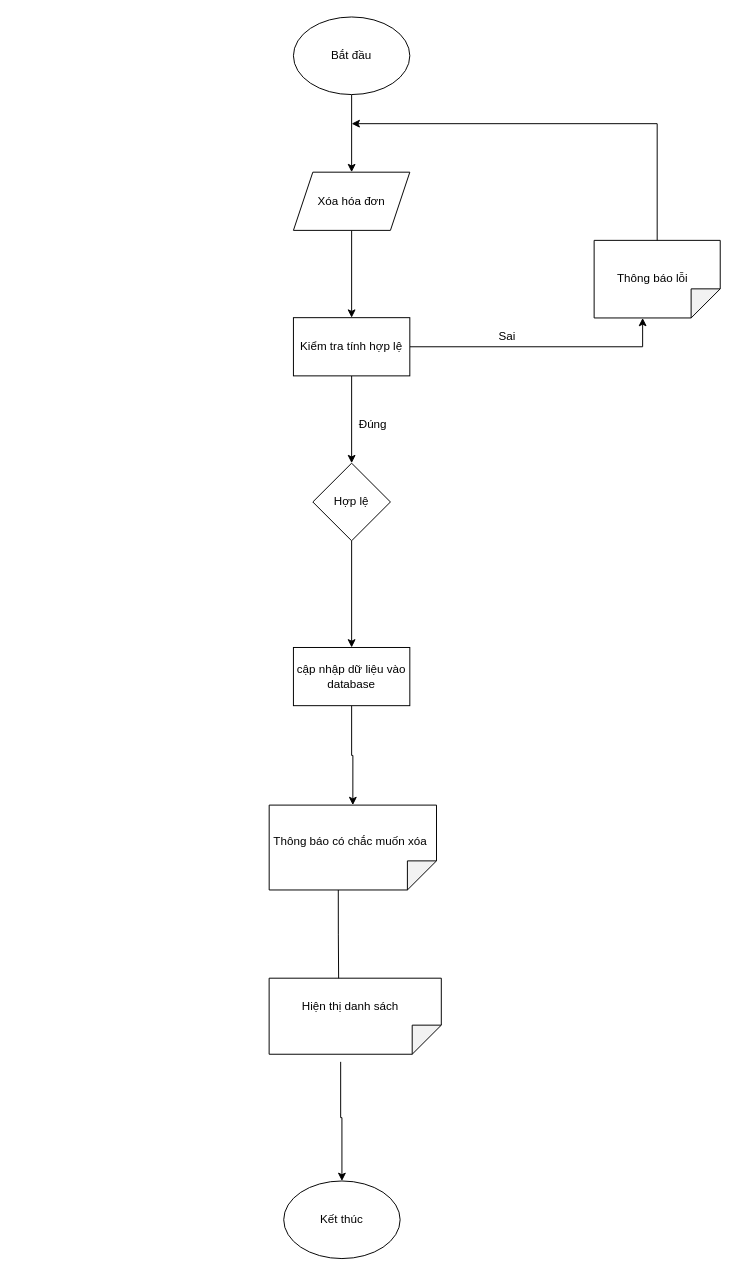
hungtadasuke/CoffeShop_SoftwareTechnology keeps this draw.io diagram as Word/PRD/Draw/xoahoadon.drawio. Above is the earlier version. Source tidied: cells renumbered, new cells numbered last; positions are measured from the earlier drawing's top-left corner, leaving out a move shared by most shapes. Both pictures are drawn from the tidied source at 97%, with x=0, y=0 at pixel (16, 16).
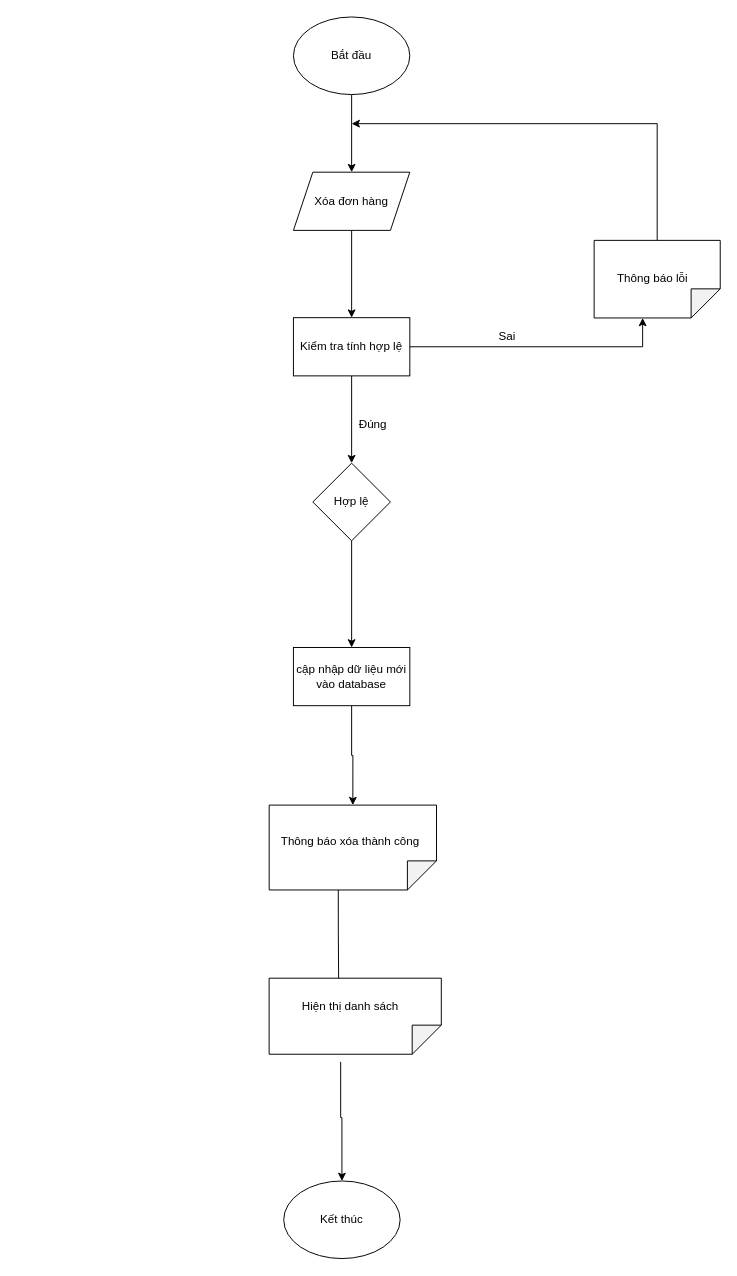
After the change.

The edit, as a diff of the source:
```diff
@@
-    <mxCell id="5" value="Xóa hóa đơn" style="shape=parallelogram;perimeter=parallelogramPerimeter;whiteSpace=wrap;html=1;fixedSize=1;" parent="1" vertex="1">
+    <mxCell id="5" value="Xóa đơn hàng" style="shape=parallelogram;perimeter=parallelogramPerimeter;whiteSpace=wrap;html=1;fixedSize=1;" parent="1" vertex="1">
       <mxGeometry x="285" y="160" width="120" height="60" as="geometry" />
     </mxCell>
@@
-    <mxCell id="13" value="cập nhập dữ liệu vào database" style="rounded=0;whiteSpace=wrap;html=1;" parent="1" vertex="1">
+    <mxCell id="13" value="cập nhập dữ liệu mới vào database" style="rounded=0;whiteSpace=wrap;html=1;" parent="1" vertex="1">
       <mxGeometry x="285" y="650" width="120" height="60" as="geometry" />
     </mxCell>
@@
-    <mxCell id="23" value="&amp;nbsp; &amp;nbsp; &amp;nbsp; &amp;nbsp; &amp;nbsp; &amp;nbsp; &amp;nbsp; &amp;nbsp; &amp;nbsp; &amp;nbsp; &amp;nbsp; &amp;nbsp; &amp;nbsp; &amp;nbsp; &amp;nbsp; &amp;nbsp; &amp;nbsp; &amp;nbsp; &amp;nbsp; &amp;nbsp; &amp;nbsp; &amp;nbsp; &amp;nbsp; &amp;nbsp; &amp;nbsp; &amp;nbsp; &amp;nbsp; &amp;nbsp; &amp;nbsp; &amp;nbsp; &amp;nbsp; &amp;nbsp; &amp;nbsp; &amp;nbsp; &amp;nbsp; &amp;nbsp; &amp;nbsp; &amp;nbsp; &amp;nbsp;Thông báo có chắc muốn xóa" style="text;html=1;align=center;verticalAlign=middle;strokeColor=none;fillColor=none;" parent="1" vertex="1">
-      <mxGeometry y="840" width="430" height="20" as="geometry" />
+    <mxCell id="23" value="&amp;nbsp; &amp;nbsp; &amp;nbsp; &amp;nbsp; &amp;nbsp; &amp;nbsp; &amp;nbsp; &amp;nbsp; &amp;nbsp; &amp;nbsp; &amp;nbsp; &amp;nbsp; &amp;nbsp; &amp;nbsp; &amp;nbsp; &amp;nbsp; &amp;nbsp; &amp;nbsp; &amp;nbsp; &amp;nbsp; &amp;nbsp; &amp;nbsp; &amp;nbsp; &amp;nbsp; &amp;nbsp; &amp;nbsp; &amp;nbsp; &amp;nbsp; &amp;nbsp; &amp;nbsp; &amp;nbsp; &amp;nbsp; &amp;nbsp; &amp;nbsp; &amp;nbsp; &amp;nbsp; &amp;nbsp; &amp;nbsp; &amp;nbsp;Thông báo xóa thành công" style="text;html=1;align=center;verticalAlign=middle;strokeColor=none;fillColor=none;" parent="1" vertex="1">
+      <mxGeometry x="10" y="840" width="410" height="20" as="geometry" />
     </mxCell>
```
